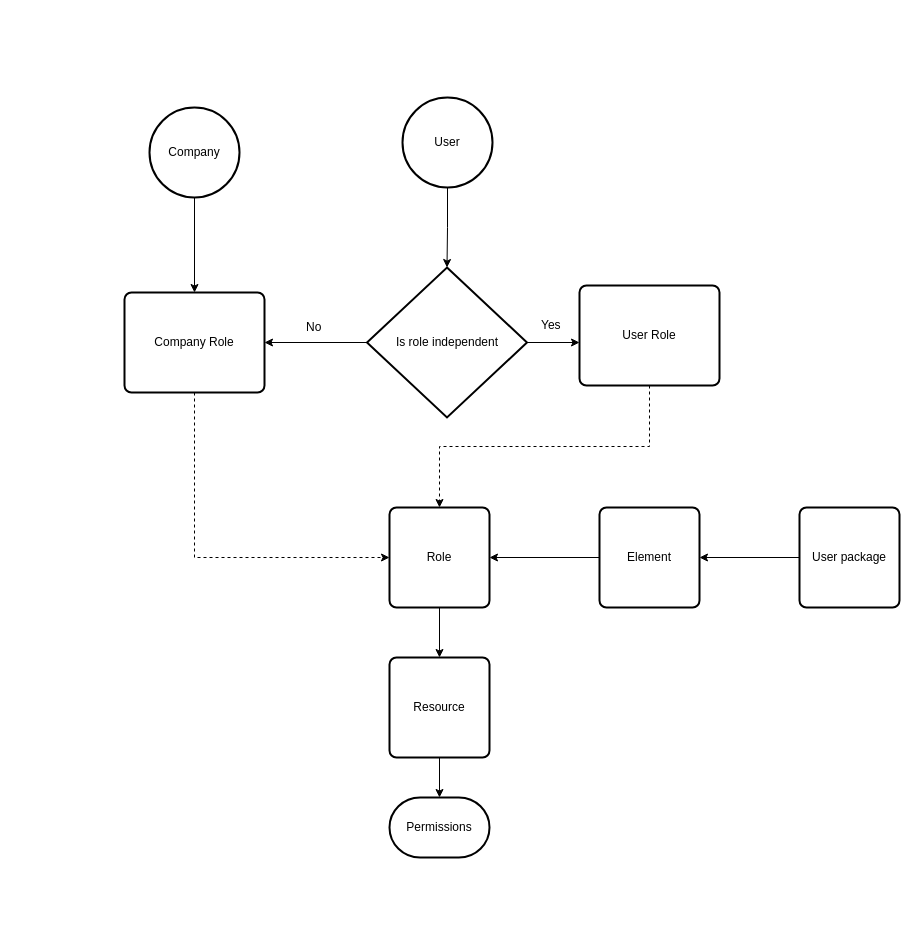
This is flowchart_permission.drawio from sunday-out/draw_io, a draw.io file, before an edit. Source tidied: cells renumbered, new cells numbered last; positions are measured from the earlier drawing's top-left corner, leaving out a move shared by most shapes. Both pictures are drawn from the tidied source at 100%, with x=0, y=0 at pixel (124, 97).
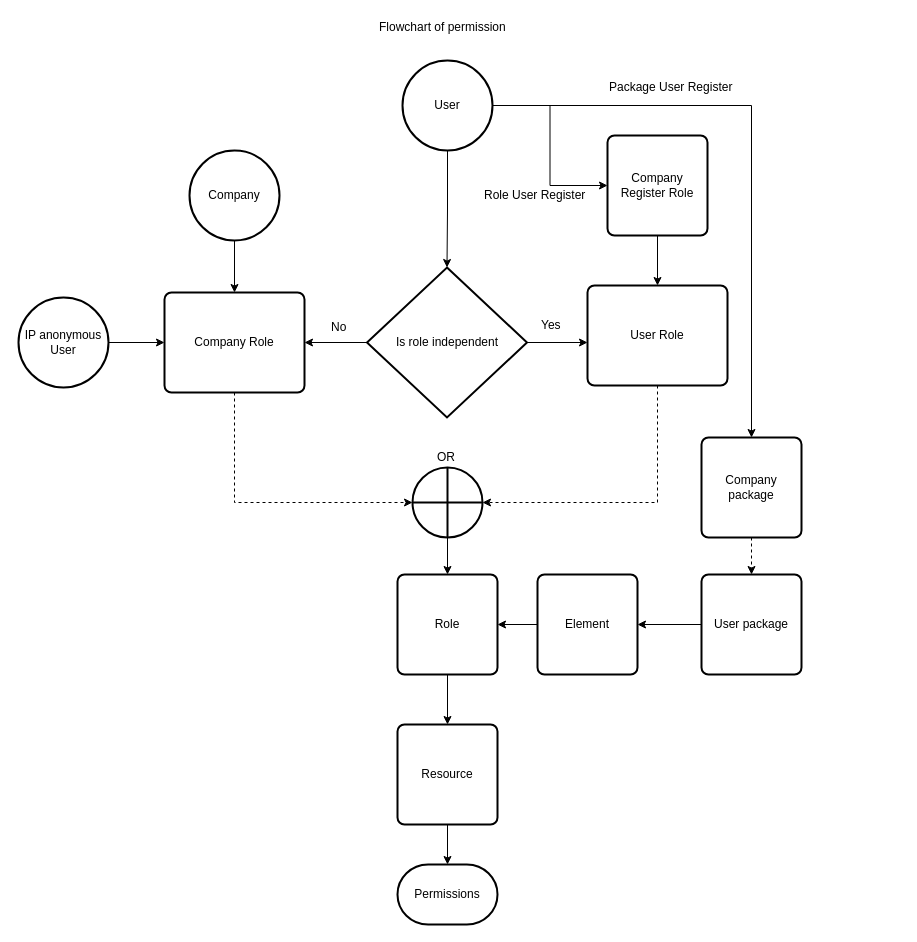
The same diagram, later.

What changed in the source:
```diff
@@
+    <mxCell id="24" style="edgeStyle=orthogonalEdgeStyle;rounded=0;jettySize=auto;html=1;exitX=1;exitY=0.5;exitDx=0;exitDy=0;exitPerimeter=0;" parent="1" edge="1" source="3" target="37">
+      <mxGeometry relative="1" as="geometry" />
+    </mxCell>
+    <mxCell id="25" style="edgeStyle=orthogonalEdgeStyle;rounded=0;jettySize=auto;html=1;exitX=1;exitY=0.5;exitDx=0;exitDy=0;exitPerimeter=0;" parent="1" edge="1" source="3" target="32">
+      <mxGeometry relative="1" as="geometry" />
+    </mxCell>
     <mxCell id="3" value="User" style="strokeWidth=2;html=1;shape=mxgraph.flowchart.start_2;whiteSpace=wrap;" parent="1" vertex="1">
-      <mxGeometry x="278" width="90" height="90" as="geometry" />
+      <mxGeometry x="278" y="-37" width="90" height="90" as="geometry" />
     </mxCell>
     <mxCell id="4" value="Permissions" style="strokeWidth=2;html=1;shape=mxgraph.flowchart.terminator;whiteSpace=wrap;" parent="1" vertex="1">
-      <mxGeometry x="265" y="700" width="100" height="60" as="geometry" />
+      <mxGeometry x="273" y="767" width="100" height="60" as="geometry" />
     </mxCell>
@@
     <mxCell id="9" value="Company" style="strokeWidth=2;html=1;shape=mxgraph.flowchart.start_2;whiteSpace=wrap;" parent="1" vertex="1">
-      <mxGeometry x="25" y="10" width="90" height="90" as="geometry" />
+      <mxGeometry x="65" y="53" width="90" height="90" as="geometry" />
     </mxCell>
-    <mxCell id="10" style="edgeStyle=orthogonalEdgeStyle;rounded=0;jettySize=auto;html=1;exitX=0.5;exitY=1;exitDx=0;exitDy=0;entryX=0;entryY=0.5;entryDx=0;entryDy=0;dashed=1;" parent="1" edge="1" source="11" target="19">
-      <mxGeometry relative="1" as="geometry" />
-    </mxCell>
+    <mxCell id="26" style="edgeStyle=orthogonalEdgeStyle;rounded=0;jettySize=auto;html=1;exitX=0.5;exitY=1;exitDx=0;exitDy=0;entryX=0;entryY=0.5;entryDx=0;entryDy=0;entryPerimeter=0;dashed=1;" parent="1" edge="1" source="11" target="29">
+      <mxGeometry relative="1" as="geometry" />
+    </mxCell>
     <mxCell id="11" value="Company Role" style="rounded=1;whiteSpace=wrap;html=1;absoluteArcSize=1;arcSize=14;strokeWidth=2;" parent="1" vertex="1">
-      <mxGeometry y="195" width="140" height="100" as="geometry" />
+      <mxGeometry x="40" y="195" width="140" height="100" as="geometry" />
     </mxCell>
-    <mxCell id="12" style="edgeStyle=orthogonalEdgeStyle;rounded=0;jettySize=auto;html=1;exitX=0.5;exitY=1;exitDx=0;exitDy=0;entryX=0.5;entryY=0;entryDx=0;entryDy=0;dashed=1;" parent="1" edge="1" source="13" target="19">
-      <mxGeometry relative="1" as="geometry" />
-    </mxCell>
+    <mxCell id="27" style="edgeStyle=orthogonalEdgeStyle;rounded=0;jettySize=auto;html=1;exitX=0.5;exitY=1;exitDx=0;exitDy=0;entryX=1;entryY=0.5;entryDx=0;entryDy=0;entryPerimeter=0;dashed=1;" parent="1" edge="1" source="13" target="29">
+      <mxGeometry relative="1" as="geometry" />
+    </mxCell>
     <mxCell id="13" value="User Role" style="rounded=1;whiteSpace=wrap;html=1;absoluteArcSize=1;arcSize=14;strokeWidth=2;" parent="1" vertex="1">
-      <mxGeometry x="455" y="188" width="140" height="100" as="geometry" />
+      <mxGeometry x="463" y="188" width="140" height="100" as="geometry" />
     </mxCell>
@@
     <mxCell id="15" value="No" style="text;html=1;align=left;verticalAlign=top;spacingTop=-4;" parent="1" vertex="1">
-      <mxGeometry x="180" y="220" width="30" height="20" as="geometry" />
+      <mxGeometry x="205" y="220" width="30" height="20" as="geometry" />
     </mxCell>
@@
     <mxCell id="17" value="User package" style="rounded=1;whiteSpace=wrap;html=1;absoluteArcSize=1;arcSize=14;strokeWidth=2;" parent="1" vertex="1">
-      <mxGeometry x="675" y="410" width="100" height="100" as="geometry" />
+      <mxGeometry x="577" y="477" width="100" height="100" as="geometry" />
     </mxCell>
@@
     <mxCell id="19" value="Role" style="rounded=1;whiteSpace=wrap;html=1;absoluteArcSize=1;arcSize=14;strokeWidth=2;" parent="1" vertex="1">
-      <mxGeometry x="265" y="410" width="100" height="100" as="geometry" />
+      <mxGeometry x="273" y="477" width="100" height="100" as="geometry" />
     </mxCell>
@@
     <mxCell id="21" value="Resource" style="rounded=1;whiteSpace=wrap;html=1;absoluteArcSize=1;arcSize=14;strokeWidth=2;" parent="1" vertex="1">
-      <mxGeometry x="265" y="560" width="100" height="100" as="geometry" />
+      <mxGeometry x="273" y="627" width="100" height="100" as="geometry" />
     </mxCell>
@@
     <mxCell id="23" value="Element" style="rounded=1;whiteSpace=wrap;html=1;absoluteArcSize=1;arcSize=14;strokeWidth=2;" parent="1" vertex="1">
-      <mxGeometry x="475" y="410" width="100" height="100" as="geometry" />
+      <mxGeometry x="413" y="477" width="100" height="100" as="geometry" />
     </mxCell>
+    <mxCell id="28" style="edgeStyle=orthogonalEdgeStyle;rounded=0;jettySize=auto;html=1;exitX=0.5;exitY=1;exitDx=0;exitDy=0;exitPerimeter=0;entryX=0.5;entryY=0;entryDx=0;entryDy=0;" parent="1" edge="1" source="29" target="19">
+      <mxGeometry relative="1" as="geometry" />
+    </mxCell>
+    <mxCell id="29" style="verticalLabelPosition=bottom;verticalAlign=top;html=1;strokeWidth=2;shape=mxgraph.flowchart.summing_function;" parent="1" vertex="1">
+      <mxGeometry x="288" y="370" width="70" height="70" as="geometry" />
+    </mxCell>
+    <mxCell id="30" value="OR" style="text;html=1;align=left;verticalAlign=top;spacingTop=-4;" parent="1" vertex="1">
+      <mxGeometry x="311" y="350" width="30" height="20" as="geometry" />
+    </mxCell>
+    <mxCell id="31" style="edgeStyle=orthogonalEdgeStyle;rounded=0;jettySize=auto;html=1;exitX=0.5;exitY=1;exitDx=0;exitDy=0;entryX=0.5;entryY=0;entryDx=0;entryDy=0;dashed=1;" parent="1" edge="1" source="32" target="17">
+      <mxGeometry relative="1" as="geometry" />
+    </mxCell>
+    <mxCell id="32" value="Company package" style="rounded=1;whiteSpace=wrap;html=1;absoluteArcSize=1;arcSize=14;strokeWidth=2;" parent="1" vertex="1">
+      <mxGeometry x="577" y="340" width="100" height="100" as="geometry" />
+    </mxCell>
+    <mxCell id="33" value="Flowchart of permission" style="text;html=1;align=left;verticalAlign=top;spacingTop=-4;" parent="1" vertex="1">
+      <mxGeometry x="253" y="-80" width="140" height="20" as="geometry" />
+    </mxCell>
+    <mxCell id="34" style="edgeStyle=orthogonalEdgeStyle;rounded=0;jettySize=auto;html=1;exitX=1;exitY=0.5;exitDx=0;exitDy=0;exitPerimeter=0;entryX=0;entryY=0.5;entryDx=0;entryDy=0;" parent="1" edge="1" source="35" target="11">
+      <mxGeometry relative="1" as="geometry" />
+    </mxCell>
+    <mxCell id="35" value="IP anonymous User" style="strokeWidth=2;html=1;shape=mxgraph.flowchart.start_2;whiteSpace=wrap;" parent="1" vertex="1">
+      <mxGeometry x="-106" y="200" width="90" height="90" as="geometry" />
+    </mxCell>
+    <mxCell id="36" style="edgeStyle=orthogonalEdgeStyle;rounded=0;jettySize=auto;html=1;exitX=0.5;exitY=1;exitDx=0;exitDy=0;" parent="1" edge="1" source="37" target="13">
+      <mxGeometry relative="1" as="geometry" />
+    </mxCell>
+    <mxCell id="37" value="Company Register Role" style="rounded=1;whiteSpace=wrap;html=1;absoluteArcSize=1;arcSize=14;strokeWidth=2;" parent="1" vertex="1">
+      <mxGeometry x="483" y="38" width="100" height="100" as="geometry" />
+    </mxCell>
+    <mxCell id="38" value="Role User Register" style="text;html=1;align=left;verticalAlign=top;spacingTop=-4;" parent="1" vertex="1">
+      <mxGeometry x="358" y="88" width="120" height="20" as="geometry" />
+    </mxCell>
+    <mxCell id="39" value="Package User Register" style="text;html=1;align=left;verticalAlign=top;spacingTop=-4;" parent="1" vertex="1">
+      <mxGeometry x="483" y="-20" width="140" height="20" as="geometry" />
+    </mxCell>
```
